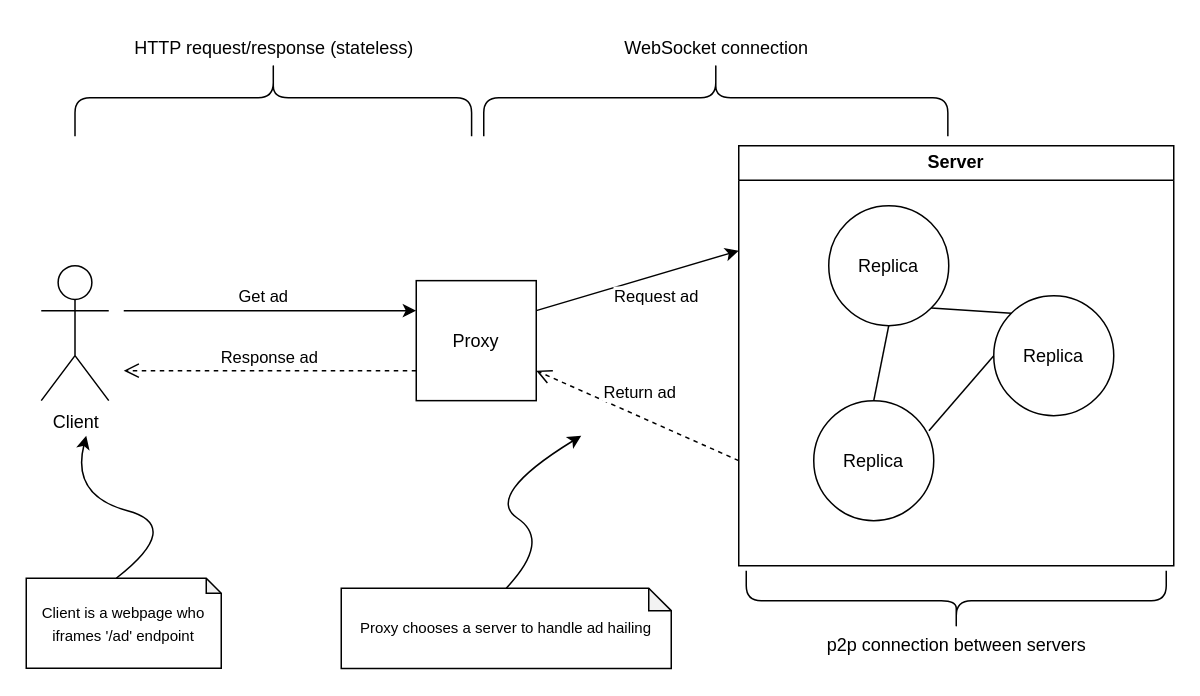
Earlier version of the draw.io diagram diagrams/arch.drawio (bgunson/as). Source tidied: cells renumbered, new cells numbered last; positions are measured from the earlier drawing's top-left corner, leaving out a move shared by most shapes. Both pictures are drawn from the tidied source at 150%, with x=0, y=0 at pixel (26, -135).
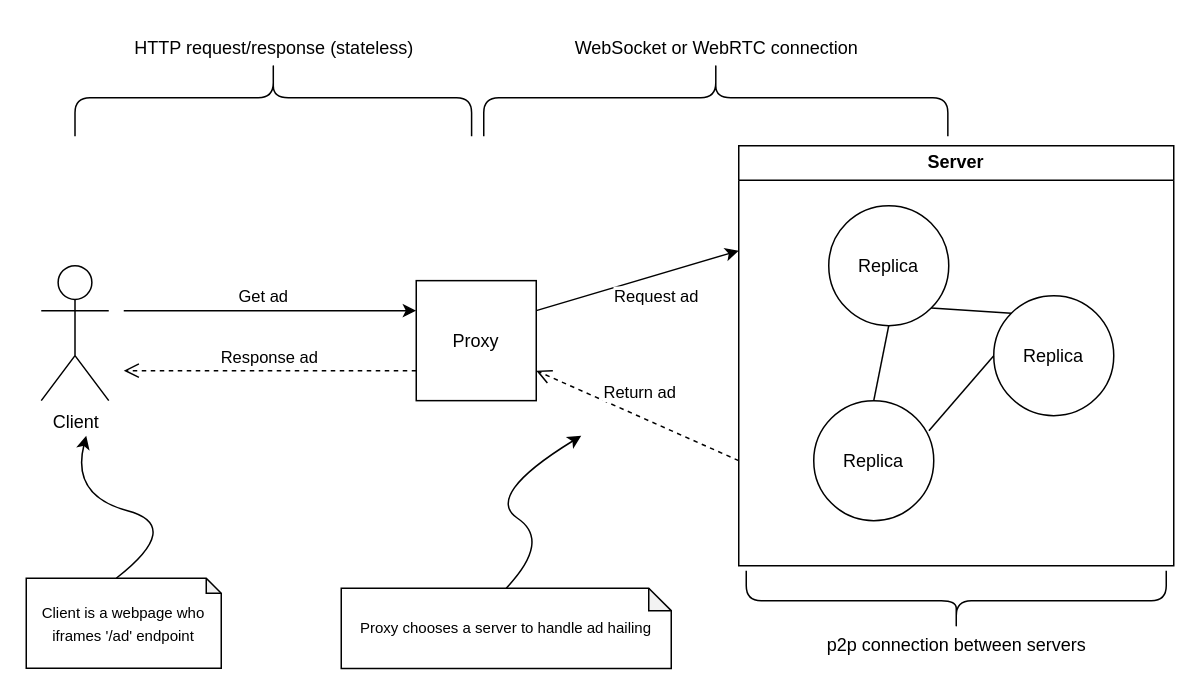
Above is the later version.

Commit message (it also covers changes not shown here):
add webrtc to diagram

Change to the diagram source:
```diff
@@
-    <mxCell id="19" value="WebSocket connection" style="text;html=1;align=center;verticalAlign=middle;strokeColor=none;fillColor=none;" parent="1" vertex="1">
-      <mxGeometry x="385" y="106.5" width="150" height="30" as="geometry" />
+    <mxCell id="19" value="WebSocket or WebRTC connection" style="text;html=1;align=center;verticalAlign=middle;strokeColor=none;fillColor=none;" parent="1" vertex="1">
+      <mxGeometry x="355" y="106.5" width="210" height="30" as="geometry" />
     </mxCell>
```
